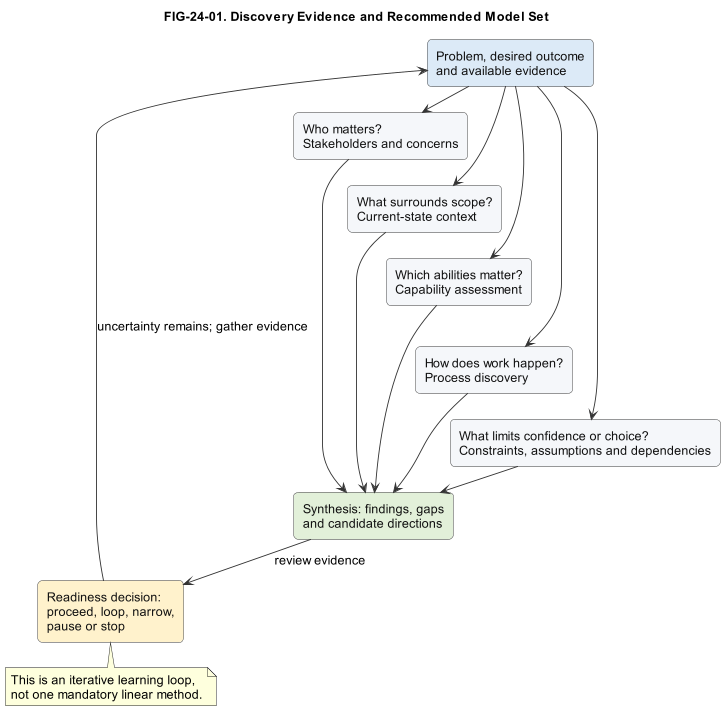
Earlier version of the PlantUML export diagrams/exported/png/FIG-24-01-discovery-evidence-recommended-model-set.png (nishikanttiwari01/Architecture_Modelling).
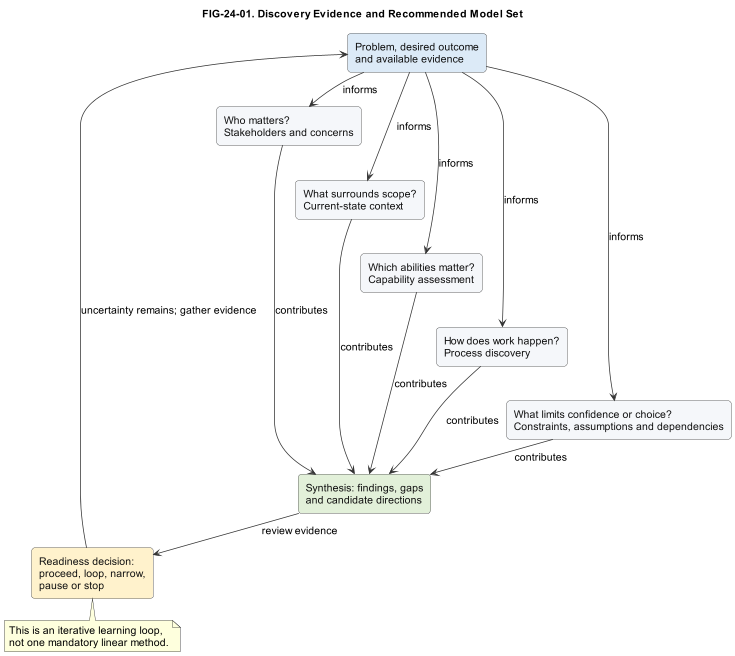
Later version of the same file.

Commit message:
Label Chapter 24 discovery relationships

The edit, as a diff of the source:
```diff
@@ -1,5 +1,5 @@
 @startuml
-scale 0.9
+scale 0.75
 title FIG-24-01. Discovery Evidence and Recommended Model Set
 skinparam backgroundColor #FFFFFF
 skinparam defaultFontName Arial
@@ -23,20 +23,20 @@
 rectangle "What limits confidence or choice?\nConstraints, assumptions and dependencies" as Limits
 rectangle "Synthesis: findings, gaps\nand candidate directions" as Synth #E2F0D9
 rectangle "Readiness decision:\nproceed, loop, narrow,\npause or stop" as Gate #FFF2CC
-Start -down-> Stake
-Start -down-> Context
-Start -down-> Cap
-Start -down-> Process
-Start -down-> Limits
+Start -down-> Stake : informs
+Start -down-> Context : informs
+Start -down-> Cap : informs
+Start -down-> Process : informs
+Start -down-> Limits : informs
 Stake -[hidden]down-> Context
 Context -[hidden]down-> Cap
 Cap -[hidden]down-> Process
 Process -[hidden]down-> Limits
-Stake -down-> Synth
-Context -down-> Synth
-Cap -down-> Synth
-Process -down-> Synth
-Limits -down-> Synth
+Stake -down-> Synth : contributes
+Context -down-> Synth : contributes
+Cap -down-> Synth : contributes
+Process -down-> Synth : contributes
+Limits -down-> Synth : contributes
 Synth -down-> Gate : review evidence
 Gate -left-> Start : uncertainty remains; gather evidence
 note bottom of Gate
```
